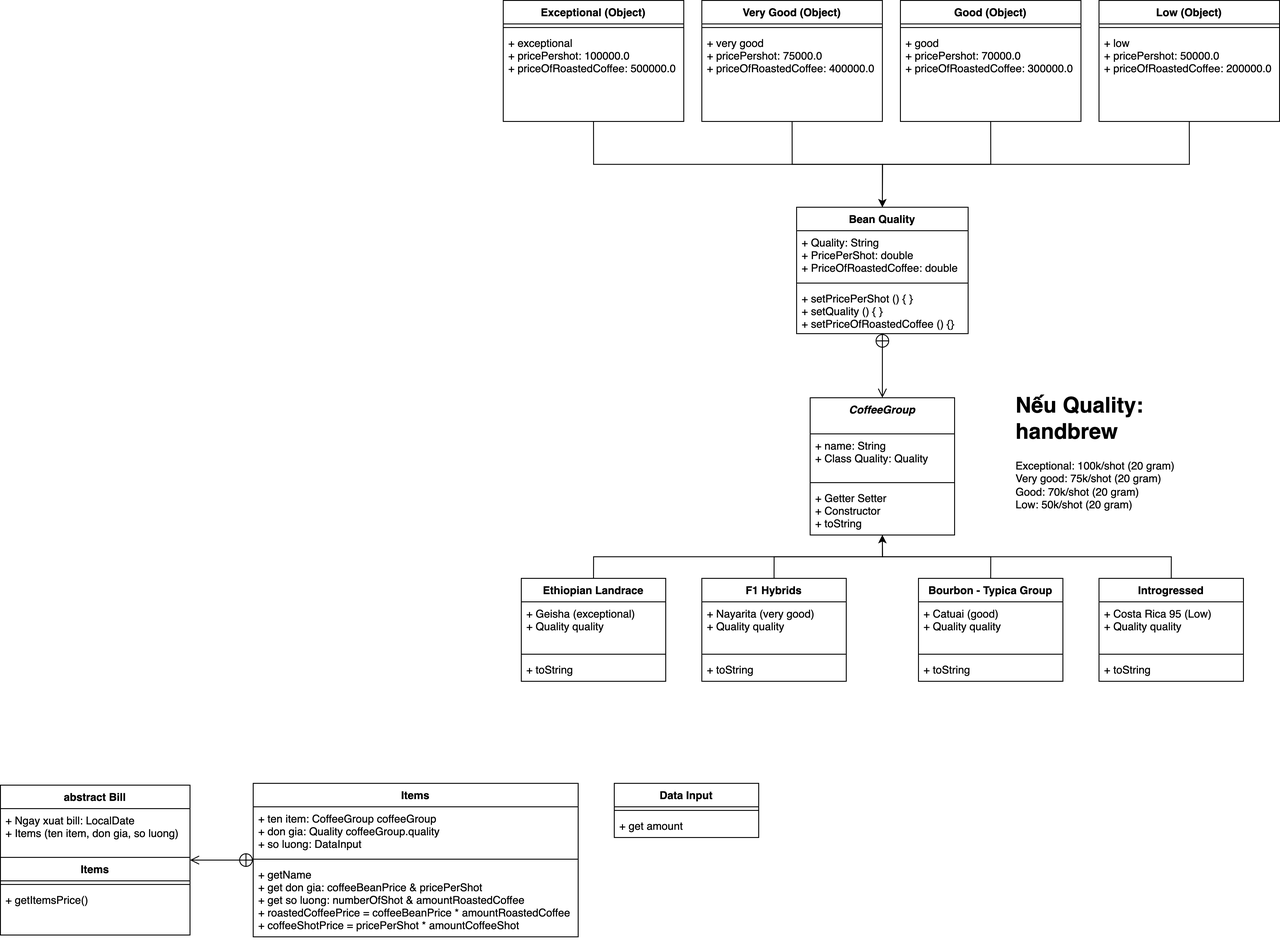
Earlier version of the draw.io export CaseStudyMD2.png (minhtuan1610/MD2-Case-Study). Source tidied: cells renumbered, new cells last; positions are measured from the earlier drawing's top-left corner, leaving out a move shared by most shapes.
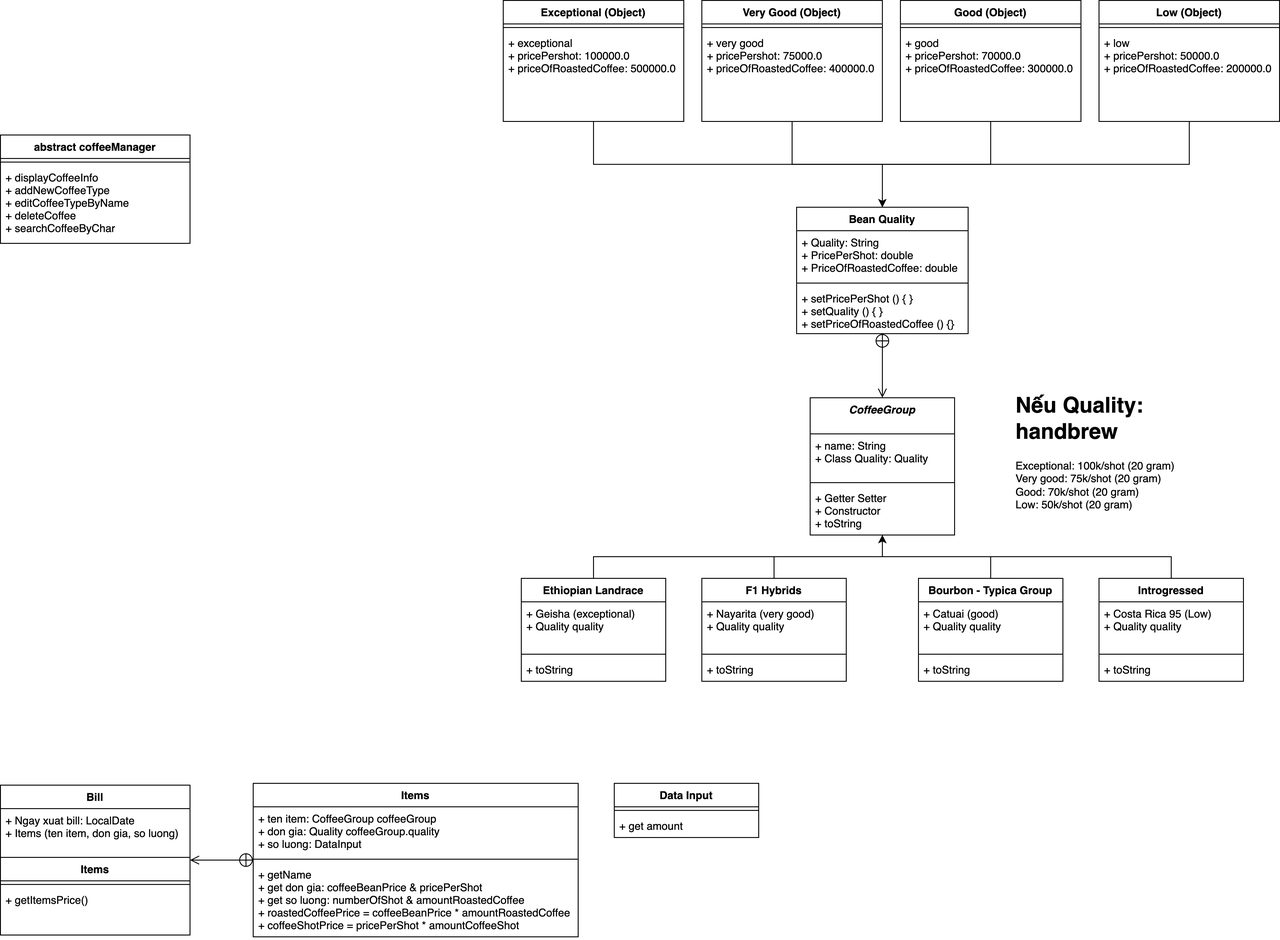
Later version of the same file.

What changed in the source:
```diff
@@ -149,7 +149,7 @@
     <mxCell id="50" value="+ get amount" style="text;strokeColor=none;fillColor=none;align=left;verticalAlign=top;spacingLeft=4;spacingRight=4;overflow=hidden;" parent="48" vertex="1">
       <mxGeometry y="34" width="160" height="26" as="geometry" />
     </mxCell>
-    <mxCell id="51" value="abstract Bill" style="swimlane;fontStyle=1;align=center;verticalAlign=top;horizontal=1;startSize=26;" parent="1" vertex="1">
+    <mxCell id="51" value="Bill" style="swimlane;fontStyle=1;align=center;verticalAlign=top;horizontal=1;startSize=26;" parent="1" vertex="1">
       <mxGeometry y="869" width="210" height="166" as="geometry" />
     </mxCell>
     <mxCell id="52" value="+ Ngay xuat bill: LocalDate&#10;+ Items (ten item, don gia, so luong)" style="text;strokeColor=none;fillColor=none;align=left;verticalAlign=top;spacingLeft=4;spacingRight=4;overflow=hidden;" parent="51" vertex="1">
@@ -179,5 +179,14 @@
     <mxCell id="60" value="+ getName&#10;+ get don gia: coffeeBeanPrice &amp; pricePerShot&#10;+ get so luong: numberOfShot &amp; amountRoastedCoffee&#10;+ roastedCoffeePrice = coffeeBeanPrice * amountRoastedCoffee&#10;+ coffeeShotPrice = pricePerShot * amountCoffeeShot" style="text;strokeColor=none;fillColor=none;align=left;verticalAlign=top;spacingLeft=4;spacingRight=4;overflow=hidden;" parent="57" vertex="1">
       <mxGeometry y="88" width="360" height="82" as="geometry" />
     </mxCell>
+    <mxCell id="61" value="abstract coffeeManager" style="swimlane;fontStyle=1;align=center;verticalAlign=top;horizontal=1;startSize=26;" parent="1" vertex="1">
+      <mxGeometry y="149" width="210" height="120" as="geometry" />
+    </mxCell>
+    <mxCell id="62" style="line;strokeWidth=1;fillColor=none;align=left;verticalAlign=middle;spacingTop=-1;spacingLeft=3;spacingRight=3;labelPosition=right;" parent="61" vertex="1">
+      <mxGeometry y="26" width="210" height="8" as="geometry" />
+    </mxCell>
+    <mxCell id="63" value="+ displayCoffeeInfo&#10;+ addNewCoffeeType&#10;+ editCoffeeTypeByName&#10;+ deleteCoffee&#10;+ searchCoffeeByChar" style="text;strokeColor=none;fillColor=none;align=left;verticalAlign=top;spacingLeft=4;spacingRight=4;overflow=hidden;" parent="61" vertex="1">
+      <mxGeometry y="34" width="210" height="86" as="geometry" />
+    </mxCell>
   </root>
 </mxGraphModel>
```
